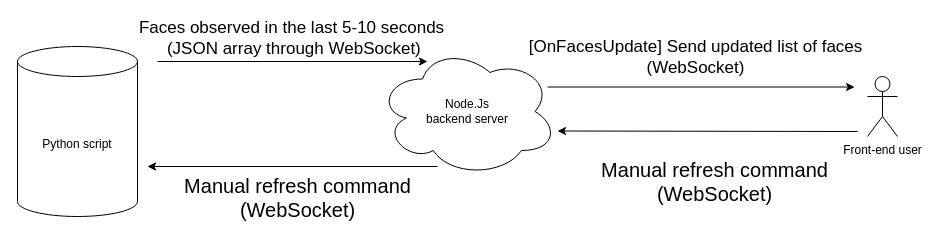
FrancisCardinal/RAVE keeps this draw.io diagram as rave-server/InformationDiagram.drawio. Above is the earlier version. Source tidied: cells renumbered, new cells numbered last; positions are measured from the earlier drawing's top-left corner, leaving out a move shared by most shapes. Both pictures are drawn from the tidied source at 100%, with x=0, y=0 at pixel (17, 46).
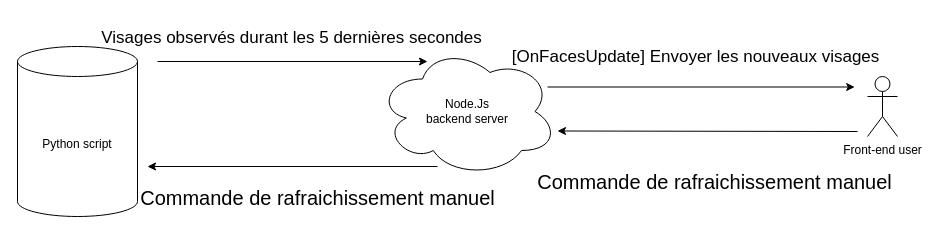
After the change.

The edit, as a diff of the source:
```diff
@@
 <mxGraphModel>
   <root>
     <mxCell id="0" />
     <mxCell id="1" parent="0" />
     <mxCell id="2" value="Node.Js &lt;br&gt;backend server" style="ellipse;shape=cloud;whiteSpace=wrap;html=1;" parent="1" vertex="1">
       <mxGeometry x="360" width="180" height="130" as="geometry" />
     </mxCell>
     <mxCell id="3" value="Python script" style="shape=cylinder3;whiteSpace=wrap;html=1;boundedLbl=1;backgroundOutline=1;size=15;" parent="1" vertex="1">
       <mxGeometry width="120" height="170" as="geometry" />
     </mxCell>
     <mxCell id="4" value="Front-end user" style="shape=umlActor;verticalLabelPosition=bottom;verticalAlign=top;html=1;" parent="1" vertex="1">
       <mxGeometry x="850" y="30" width="30" height="60" as="geometry" />
     </mxCell>
     <mxCell id="5" style="endArrow=classic;html=1;rounded=0;" parent="1" edge="1">
       <mxGeometry relative="1" as="geometry">
         <mxPoint x="140" y="15" as="sourcePoint" />
         <mxPoint x="410" y="15" as="targetPoint" />
       </mxGeometry>
     </mxCell>
-    <mxCell id="6" value="&lt;span style=&quot;font-size: 17px&quot;&gt;Faces observed in the last 5-10 seconds&lt;br&gt;&amp;nbsp;(JSON array through WebSocket)&lt;/span&gt;" style="edgeLabel;html=1;align=center;verticalAlign=middle;rotation=0;labelBackgroundColor=none;" parent="5" vertex="1">
+    <mxCell id="6" value="&lt;span style=&quot;font-size: 17px&quot;&gt;Visages observés durant les 5 dernières secondes&lt;/span&gt;" style="edgeLabel;html=1;align=center;verticalAlign=middle;rotation=0;labelBackgroundColor=none;" parent="5" vertex="1">
       <mxGeometry x="-0.14" y="-3" relative="1" as="geometry">
         <mxPoint x="17" y="-27" as="offset" />
       </mxGeometry>
     </mxCell>
     <mxCell id="7" style="endArrow=classic;html=1;rounded=0;fontSize=20;" parent="1" edge="1">
       <mxGeometry relative="1" as="geometry">
         <mxPoint x="840" y="85" as="sourcePoint" />
         <mxPoint x="540" y="84.5" as="targetPoint" />
       </mxGeometry>
     </mxCell>
-    <mxCell id="8" value="Manual refresh command&lt;br&gt;(WebSocket)" style="edgeLabel;html=1;align=center;verticalAlign=middle;fontSize=20;rotation=0;labelBackgroundColor=none;" parent="7" vertex="1">
+    <mxCell id="8" value="Commande de rafraichissement manuel" style="edgeLabel;html=1;align=center;verticalAlign=middle;fontSize=20;rotation=0;labelBackgroundColor=none;" parent="7" vertex="1">
       <mxGeometry x="0.26" y="2" relative="1" as="geometry">
         <mxPoint x="46" y="48" as="offset" />
       </mxGeometry>
     </mxCell>
     <mxCell id="9" style="endArrow=classic;html=1;rounded=0;fontSize=17;exitX=0.96;exitY=0.7;exitDx=0;exitDy=0;exitPerimeter=0;" parent="1" edge="1">
       <mxGeometry relative="1" as="geometry">
         <mxPoint x="530" y="40.5" as="sourcePoint" />
         <mxPoint x="837.2" y="40.5" as="targetPoint" />
       </mxGeometry>
     </mxCell>
-    <mxCell id="10" value="[OnFacesUpdate] Send updated list of faces&lt;br&gt;(WebSocket)" style="edgeLabel;html=1;align=center;verticalAlign=middle;fontSize=17;labelBackgroundColor=none;" parent="9" vertex="1">
+    <mxCell id="10" value="[OnFacesUpdate] Envoyer les nouveaux visages" style="edgeLabel;html=1;align=center;verticalAlign=middle;fontSize=17;labelBackgroundColor=none;" parent="9" vertex="1">
       <mxGeometry x="-0.46" y="-5" relative="1" as="geometry">
         <mxPoint x="64" y="-35" as="offset" />
       </mxGeometry>
     </mxCell>
     <mxCell id="11" style="endArrow=classic;html=1;rounded=0;fontSize=20;entryX=1;entryY=0;entryDx=0;entryDy=120;entryPerimeter=0;" parent="1" edge="1">
       <mxGeometry relative="1" as="geometry">
         <mxPoint x="420" y="120" as="sourcePoint" />
         <mxPoint x="130" y="120" as="targetPoint" />
       </mxGeometry>
     </mxCell>
-    <mxCell id="12" value="Manual refresh command&lt;br&gt;(WebSocket)" style="edgeLabel;html=1;align=center;verticalAlign=middle;fontSize=20;rotation=0;labelBackgroundColor=none;" parent="11" vertex="1">
+    <mxCell id="12" value="Commande de rafraichissement manuel" style="edgeLabel;html=1;align=center;verticalAlign=middle;fontSize=20;rotation=0;labelBackgroundColor=none;" parent="11" vertex="1">
       <mxGeometry x="0.26" y="2" relative="1" as="geometry">
-        <mxPoint x="42" y="28" as="offset" />
+        <mxPoint x="62" y="28" as="offset" />
       </mxGeometry>
     </mxCell>
   </root>
 </mxGraphModel>
```
